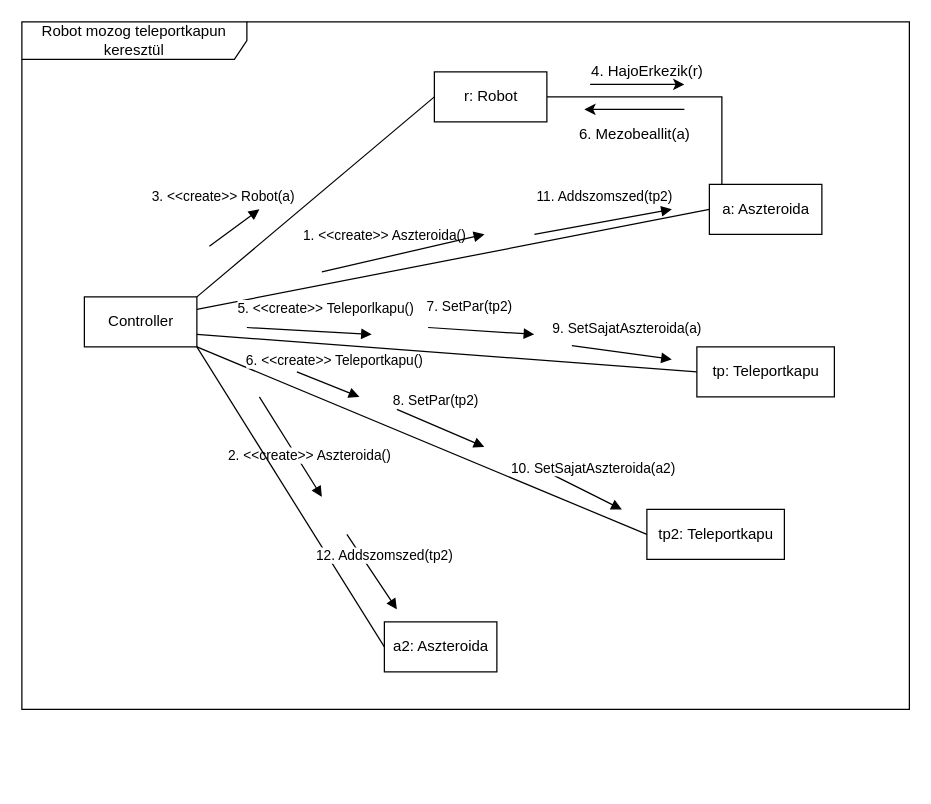
This is page "RobotTPMozgas" (2 of 3) of doc/kommunikacio/TeleportMozgas.drawio from torpeBoiGo/aszteroidabanyaszat, a draw.io file, before an edit. Source tidied: cells renumbered, new cells numbered last; positions are measured from the earlier drawing's top-left corner, leaving out a move shared by most shapes. Both pictures are drawn from the tidied source at 125%, with x=0, y=0 at pixel (21, 21).
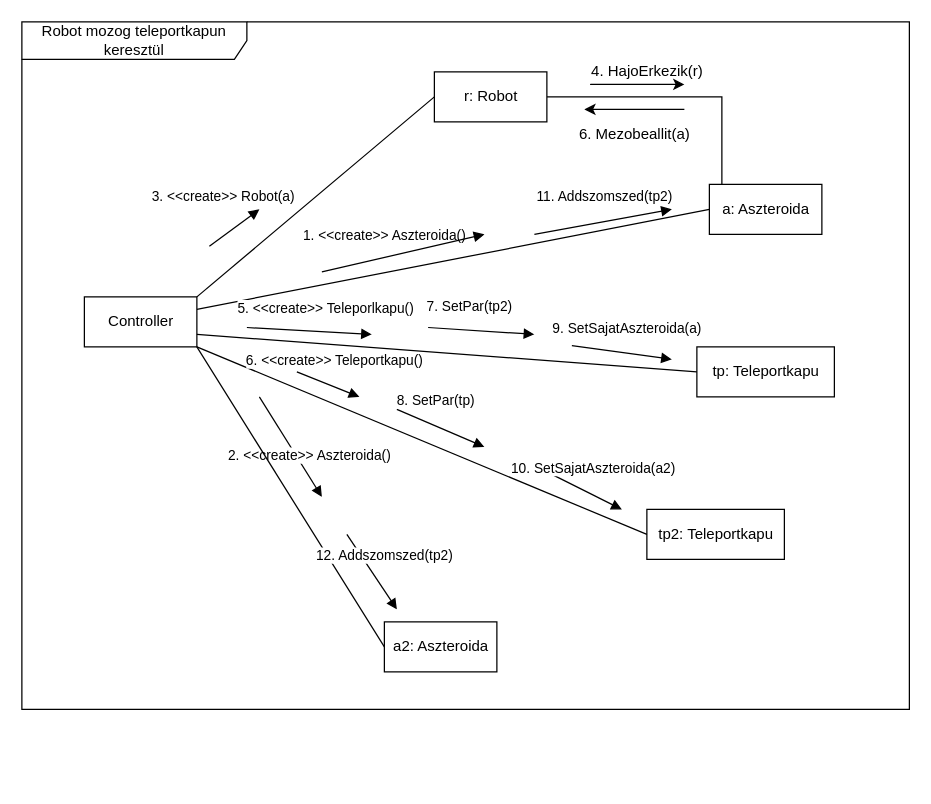
The same page after the edit.

What changed in the source:
```diff
@@
-    <mxCell id="29" value="8. SetPar(tp2)" style="html=1;verticalAlign=bottom;endArrow=block;" parent="1" edge="1">
+    <mxCell id="29" value="8. SetPar(tp)" style="html=1;verticalAlign=bottom;endArrow=block;" parent="1" edge="1">
       <mxGeometry x="-0.25" y="10" relative="1" as="geometry">
         <mxPoint x="300" y="310" as="sourcePoint" />
         <mxPoint x="370" y="340" as="targetPoint" />
       </mxGeometry>
     </mxCell>
```
